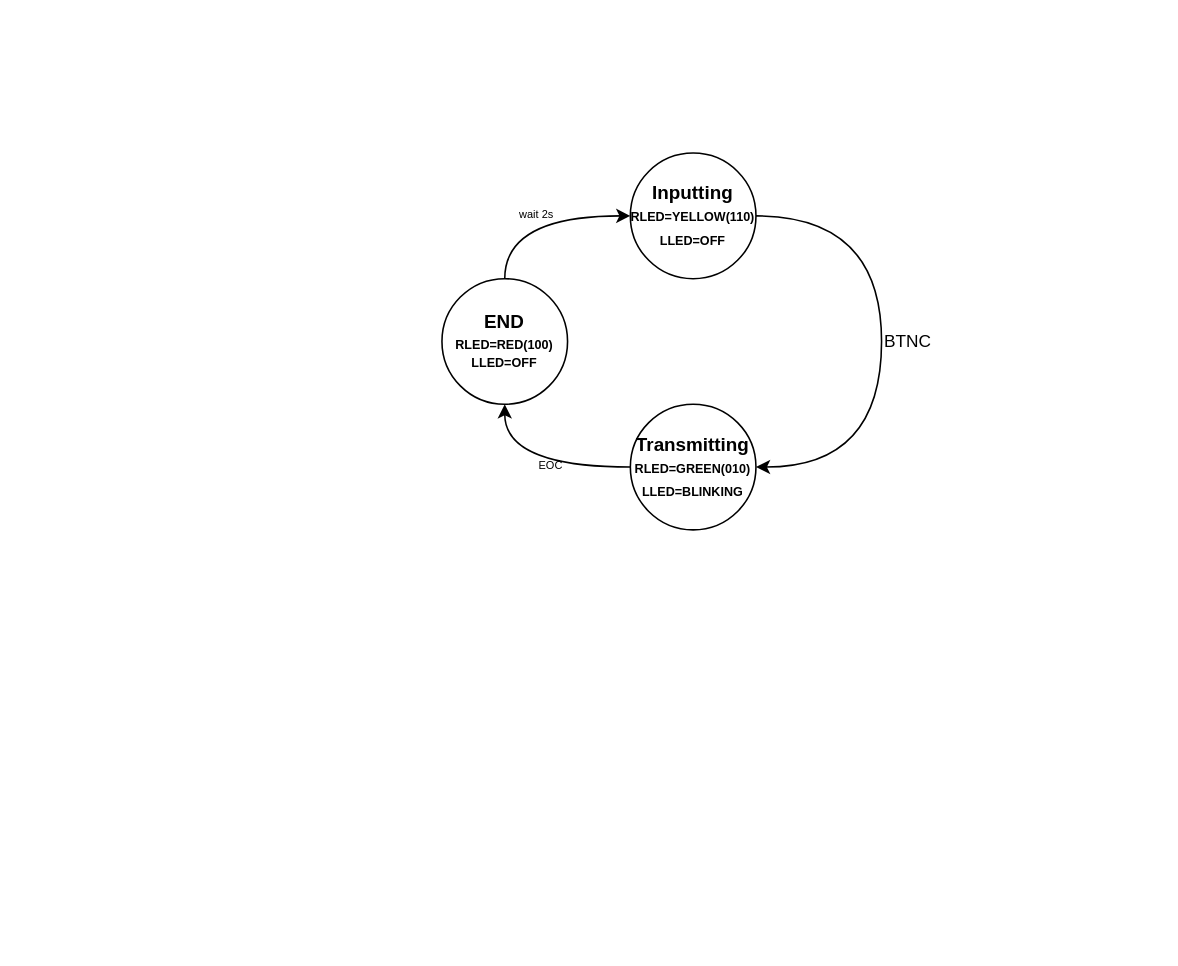
The draw.io diagram project/images/project_state_diagram.drawio in MusicalTester63/digital-electronics-1, before the edit. Source tidied: cells renumbered, new cells numbered last; positions are measured from the earlier drawing's top-left corner, leaving out a move shared by most shapes. Both pictures are drawn from the tidied source at 157%, with x=0, y=0 at pixel (441, 152).
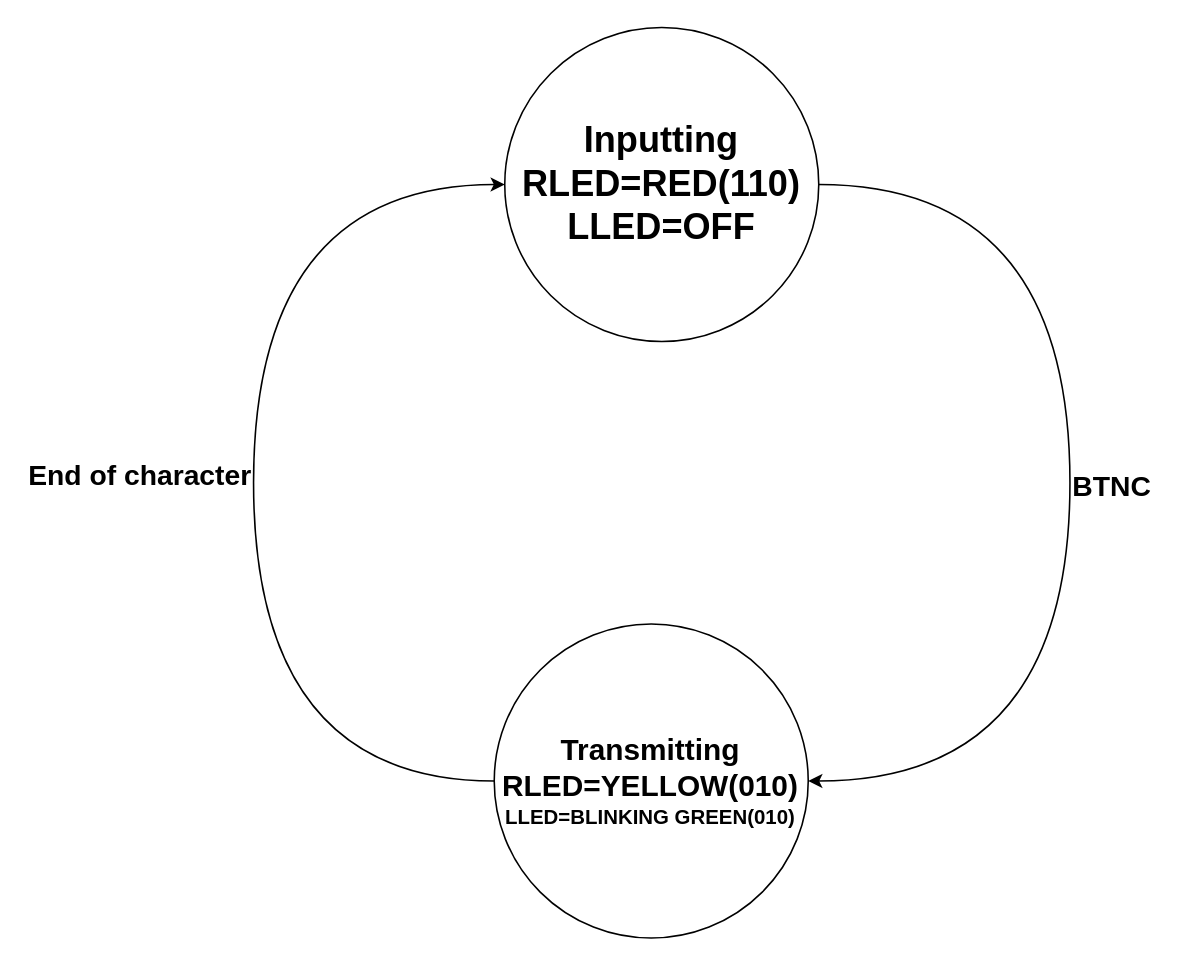
Above is the later version.

Diff of the diagram source:
```diff
@@
 <mxGraphModel>
   <root>
     <mxCell id="0" />
     <mxCell id="1" parent="0" />
-    <mxCell id="2" value="BTNC" style="edgeStyle=orthogonalEdgeStyle;rounded=0;jettySize=auto;html=1;exitX=1;exitY=0.5;exitDx=0;exitDy=0;entryX=1;entryY=0.5;entryDx=0;entryDy=0;curved=1;align=left;labelBackgroundColor=none;" parent="1" edge="1" source="3" target="5">
-      <mxGeometry relative="1" as="geometry">
-        <Array as="points">
-          <mxPoint x="280" y="40" />
-          <mxPoint x="280" y="200" />
-        </Array>
-      </mxGeometry>
-    </mxCell>
-    <mxCell id="3" value="&lt;b&gt;Inputting&lt;/b&gt;&lt;br&gt;&lt;font style=&quot;font-size: 8px&quot;&gt;&lt;b&gt;RLED=YELLOW(110)&lt;br&gt;LLED=OFF&lt;br&gt;&lt;/b&gt;&lt;/font&gt;" style="ellipse;whiteSpace=wrap;html=1;" parent="1" vertex="1">
-      <mxGeometry x="120" width="80" height="80" as="geometry" />
+    <mxCell id="3" value="&lt;font style=&quot;font-size: 23px&quot;&gt;&lt;b&gt;Inputting&lt;/b&gt;&lt;br&gt;&lt;/font&gt;&lt;font style=&quot;font-size: 23px&quot;&gt;&lt;b&gt;&lt;font style=&quot;font-size: 23px&quot;&gt;RLED=RED(110)&lt;br&gt;LLED=OFF&lt;/font&gt;&lt;br&gt;&lt;/b&gt;&lt;/font&gt;" style="ellipse;whiteSpace=wrap;html=1;" parent="1" vertex="1">
+      <mxGeometry x="40" y="-80" width="200" height="200" as="geometry" />
     </mxCell>
-    <mxCell id="4" value="EOC" style="edgeStyle=orthogonalEdgeStyle;curved=1;rounded=0;jettySize=auto;html=1;exitX=0;exitY=0.5;exitDx=0;exitDy=0;entryX=0.5;entryY=1;entryDx=0;entryDy=0;labelBackgroundColor=none;fontSize=7;align=left;" parent="1" edge="1" source="5" target="7">
-      <mxGeometry relative="1" as="geometry" />
+    <mxCell id="4" value="&lt;font style=&quot;font-size: 18px&quot;&gt;&lt;b&gt;End of character&lt;/b&gt;&lt;/font&gt;" style="edgeStyle=orthogonalEdgeStyle;curved=1;rounded=0;jettySize=auto;html=1;exitX=0;exitY=0.5;exitDx=0;exitDy=0;labelBackgroundColor=none;fontSize=7;align=right;entryX=0;entryY=0.5;entryDx=0;entryDy=0;" parent="1" edge="1" source="5" target="3">
+      <mxGeometry relative="1" as="geometry">
+        <Array as="points">
+          <mxPoint x="-120" y="400" />
+          <mxPoint x="-120" y="20" />
+        </Array>
+      </mxGeometry>
     </mxCell>
-    <mxCell id="5" value="&lt;font style=&quot;font-weight: bold ; font-size: 12px&quot;&gt;Transmitting&lt;/font&gt;&lt;b style=&quot;font-size: 11px&quot;&gt;&lt;font style=&quot;font-size: 11px&quot;&gt;&lt;br&gt;&lt;/font&gt;&lt;/b&gt;&lt;font style=&quot;font-size: 11px&quot;&gt;&lt;b style=&quot;font-size: 8px&quot;&gt;&lt;font style=&quot;font-size: 8px&quot;&gt;RLED=GREEN(010)&lt;br&gt;LLED=BLINKING&lt;/font&gt;&lt;/b&gt;&lt;br&gt;&lt;/font&gt;" style="ellipse;whiteSpace=wrap;html=1;" parent="1" vertex="1">
-      <mxGeometry x="120" y="160" width="80" height="80" as="geometry" />
+    <mxCell id="5" value="&lt;font style=&quot;font-size: 19px&quot;&gt;&lt;font style=&quot;font-weight: bold ; font-size: 19px&quot;&gt;Transmitting&lt;/font&gt;&lt;b&gt;&lt;font style=&quot;font-size: 19px&quot;&gt;&lt;br&gt;&lt;/font&gt;&lt;/b&gt;&lt;/font&gt;&lt;font&gt;&lt;b&gt;&lt;font&gt;&lt;span style=&quot;font-size: 19px&quot;&gt;RLED=YELLOW(010)&lt;/span&gt;&lt;br&gt;&lt;font style=&quot;font-size: 13px&quot;&gt;LLED=BLINKING GREEN(010)&lt;/font&gt;&lt;/font&gt;&lt;/b&gt;&lt;br&gt;&lt;/font&gt;" style="ellipse;whiteSpace=wrap;html=1;" parent="1" vertex="1">
+      <mxGeometry x="33.3" y="300" width="200" height="200" as="geometry" />
     </mxCell>
-    <mxCell id="6" value="wait 2s" style="edgeStyle=orthogonalEdgeStyle;curved=1;rounded=0;jettySize=auto;html=1;exitX=0.5;exitY=0;exitDx=0;exitDy=0;entryX=0;entryY=0.5;entryDx=0;entryDy=0;labelBackgroundColor=none;fontSize=7;" parent="1" edge="1" source="7" target="3">
-      <mxGeometry relative="1" as="geometry">
-        <Array as="points">
-          <mxPoint x="40" y="40" />
-        </Array>
-      </mxGeometry>
-    </mxCell>
-    <mxCell id="7" value="&lt;b style=&quot;font-size: 12px&quot;&gt;END&lt;/b&gt;&lt;br style=&quot;font-size: 12px&quot;&gt;&lt;font size=&quot;1&quot;&gt;&lt;b style=&quot;font-size: 8px&quot;&gt;RLED=RED(100)&lt;br&gt;LLED=OFF&lt;br&gt;&lt;/b&gt;&lt;/font&gt;" style="ellipse;whiteSpace=wrap;html=1;fontSize=7;" parent="1" vertex="1">
-      <mxGeometry y="80" width="80" height="80" as="geometry" />
-    </mxCell>
+    <mxCell id="2" value="&lt;font style=&quot;font-size: 18px&quot;&gt;&lt;b&gt;BTNC&lt;/b&gt;&lt;/font&gt;" style="edgeStyle=orthogonalEdgeStyle;rounded=0;jettySize=auto;html=1;exitX=1;exitY=0.5;exitDx=0;exitDy=0;entryX=1;entryY=0.5;entryDx=0;entryDy=0;curved=1;align=left;labelBackgroundColor=none;" parent="1" edge="1" source="3" target="5">
+      <mxGeometry relative="1" as="geometry">
+        <Array as="points">
+          <mxPoint x="400" y="20" />
+          <mxPoint x="400" y="400" />
+        </Array>
+      </mxGeometry>
+    </mxCell>
   </root>
 </mxGraphModel>
```
